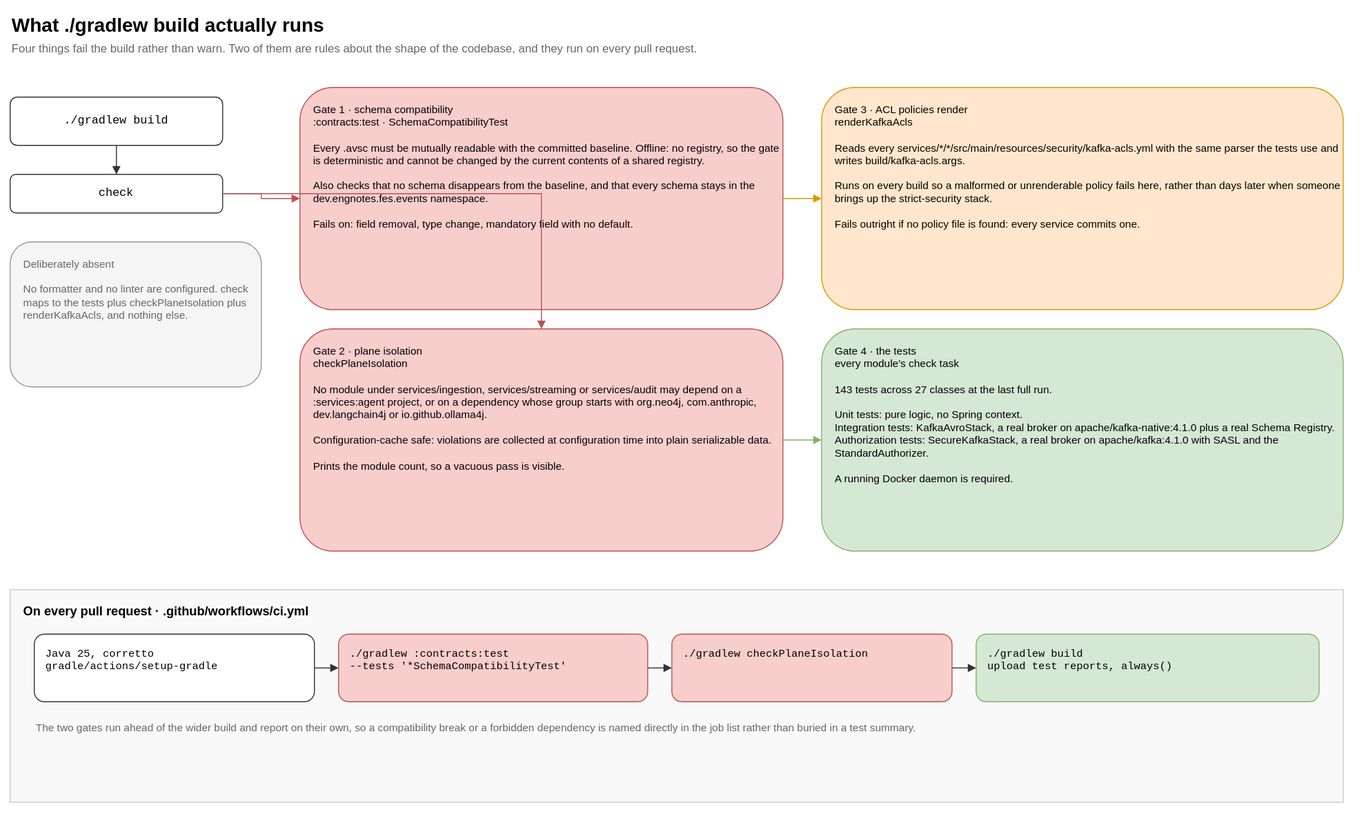
Before: guide/docs/diagrams/build-gates.svg, a diagram exported from draw.io (salgotraja/financial-event-streaming-platform). Source tidied: cells renumbered, new cells last; positions are measured from the earlier drawing's top-left corner, leaving out a move shared by most shapes.
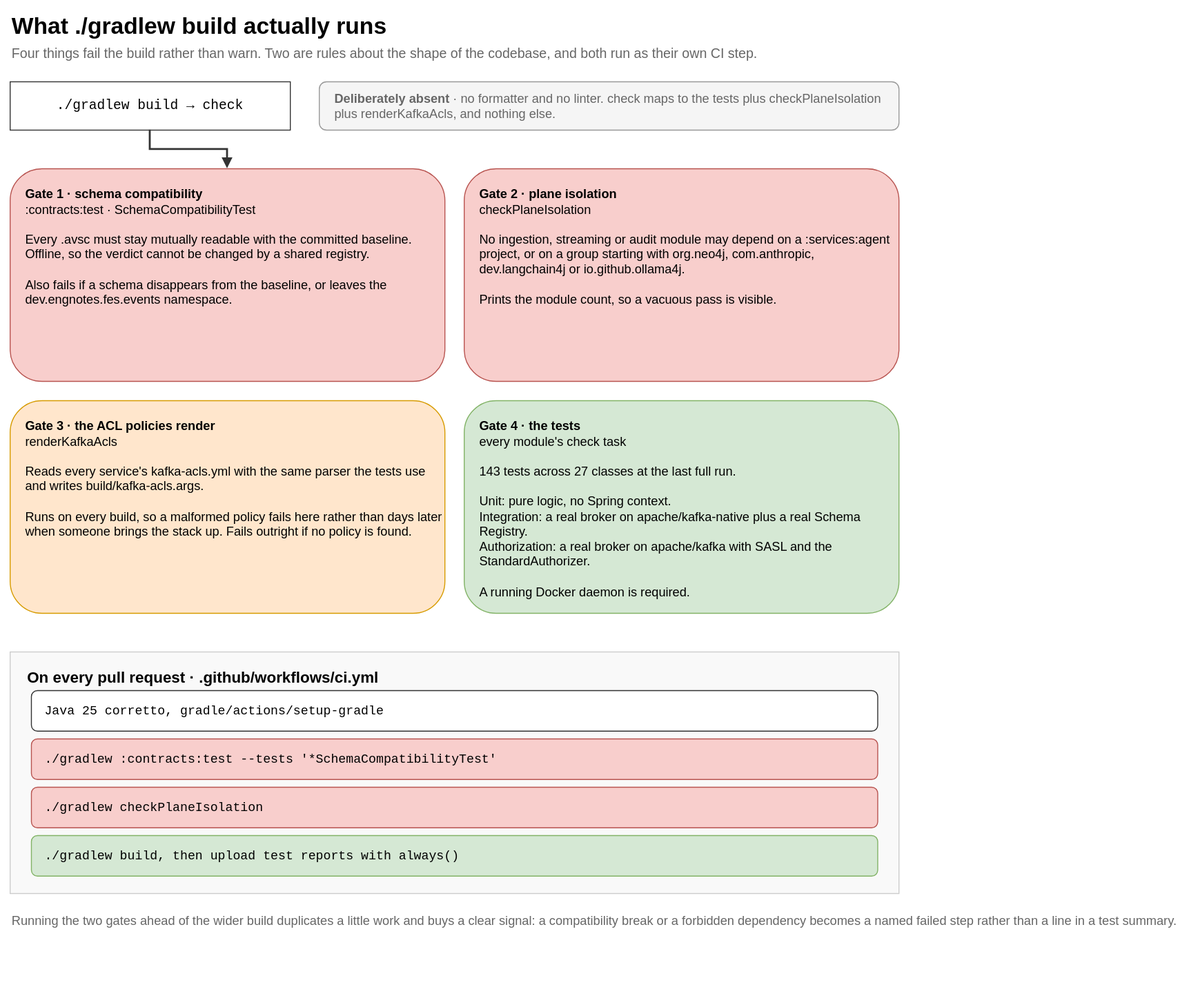
The same diagram one commit later.

The edit, as a diff of the source:
```diff
@@ -2,74 +2,50 @@
   <root>
     <mxCell id="0" />
     <mxCell id="1" parent="0" />
-    <mxCell id="2" value="What ./gradlew build actually runs" style="text;html=1;strokeColor=none;fillColor=none;align=left;verticalAlign=middle;fontSize=20;fontStyle=1;" parent="1" vertex="1">
-      <mxGeometry width="900" height="30" as="geometry" />
+    <mxCell id="2" value="What ./gradlew build actually runs" style="text;html=1;strokeColor=none;fillColor=none;align=left;verticalAlign=middle;fontSize=24;fontStyle=1;" parent="1" vertex="1">
+      <mxGeometry x="-10" y="2" width="920" height="34" as="geometry" />
     </mxCell>
-    <mxCell id="3" value="Four things fail the build rather than warn. Two of them are rules about the shape of the codebase, and they run on every pull request." style="text;html=1;strokeColor=none;fillColor=none;align=left;verticalAlign=middle;fontSize=12;fontColor=#666666;" parent="1" vertex="1">
-      <mxGeometry y="30" width="1300" height="20" as="geometry" />
+    <mxCell id="3" value="Four things fail the build rather than warn. Two are rules about the shape of the codebase, and both run as their own CI step." style="text;html=1;strokeColor=none;fillColor=none;align=left;verticalAlign=middle;fontSize=14;fontColor=#666666;" parent="1" vertex="1">
+      <mxGeometry x="-10" y="36" width="920" height="22" as="geometry" />
     </mxCell>
-    <mxCell id="4" value="./gradlew build" style="rounded=1;whiteSpace=wrap;html=1;fillColor=#ffffff;strokeColor=#333333;fontSize=12;fontFamily=Courier New;" parent="1" vertex="1">
-      <mxGeometry y="90" width="220" height="50" as="geometry" />
-    </mxCell>
-    <mxCell id="5" value="check" style="rounded=1;whiteSpace=wrap;html=1;fillColor=#ffffff;strokeColor=#333333;fontSize=12;fontFamily=Courier New;" parent="1" vertex="1">
-      <mxGeometry y="170" width="220" height="40" as="geometry" />
-    </mxCell>
-    <mxCell id="6" style="edgeStyle=orthogonalEdgeStyle;rounded=0;html=1;strokeColor=#333333;endArrow=block;" parent="1" edge="1" source="4" target="5">
-      <mxGeometry relative="1" as="geometry" />
-    </mxCell>
+    <mxCell id="25" value="./gradlew build → check" style="rounded=0;whiteSpace=wrap;html=1;fillColor=#ffffff;strokeColor=#333333;fontSize=14;fontFamily=Courier New;verticalAlign=middle;" parent="1" vertex="1">
+      <mxGeometry x="-10" y="76" width="290" height="50" as="geometry" />
+    </mxCell>
+    <mxCell id="24" value="&lt;b&gt;Deliberately absent&lt;/b&gt; · no formatter and no linter. check maps to the tests plus checkPlaneIsolation plus renderKafkaAcls, and nothing else." style="rounded=1;whiteSpace=wrap;html=1;fillColor=#f5f5f5;strokeColor=#999999;fontColor=#666666;fontSize=13;align=left;spacingLeft=14;verticalAlign=middle;" parent="1" vertex="1">
+      <mxGeometry x="310" y="76" width="600" height="50" as="geometry" />
+    </mxCell>
-    <mxCell id="7" value="Gate 1 · schema compatibility&#10;:contracts:test · SchemaCompatibilityTest&#10;&#10;Every .avsc must be mutually readable with the committed baseline. Offline: no registry, so the gate is deterministic and cannot be changed by the current contents of a shared registry.&#10;&#10;Also checks that no schema disappears from the baseline, and that every schema stays in the dev.engnotes.fes.events namespace.&#10;&#10;Fails on: field removal, type change, mandatory field with no default." style="rounded=1;whiteSpace=wrap;html=1;fillColor=#f8cecc;strokeColor=#b85450;fontSize=11;align=left;spacingLeft=12;verticalAlign=top;spacingTop=10;" parent="1" vertex="1">
-      <mxGeometry x="300" y="80" width="500" height="230" as="geometry" />
+    <mxCell id="7" value="&lt;b&gt;Gate 1 · schema compatibility&lt;/b&gt;&lt;br&gt;:contracts:test · SchemaCompatibilityTest&lt;br&gt;&lt;br&gt;Every .avsc must stay mutually readable with the committed baseline. Offline, so the verdict cannot be changed by a shared registry.&lt;br&gt;&lt;br&gt;Also fails if a schema disappears from the baseline, or leaves the dev.engnotes.fes.events namespace." style="rounded=1;whiteSpace=wrap;html=1;fillColor=#f8cecc;strokeColor=#b85450;fontSize=13;align=left;spacingLeft=14;verticalAlign=top;spacingTop=12;" parent="1" vertex="1">
+      <mxGeometry x="-10" y="166" width="450" height="220" as="geometry" />
     </mxCell>
-    <mxCell id="8" value="Gate 2 · plane isolation&#10;checkPlaneIsolation&#10;&#10;No module under services/ingestion, services/streaming or services/audit may depend on a :services:agent project, or on a dependency whose group starts with org.neo4j, com.anthropic, dev.langchain4j or io.github.ollama4j.&#10;&#10;Configuration-cache safe: violations are collected at configuration time into plain serializable data.&#10;&#10;Prints the module count, so a vacuous pass is visible." style="rounded=1;whiteSpace=wrap;html=1;fillColor=#f8cecc;strokeColor=#b85450;fontSize=11;align=left;spacingLeft=12;verticalAlign=top;spacingTop=10;" parent="1" vertex="1">
-      <mxGeometry x="300" y="330" width="500" height="230" as="geometry" />
+    <mxCell id="8" value="&lt;b&gt;Gate 2 · plane isolation&lt;/b&gt;&lt;br&gt;checkPlaneIsolation&lt;br&gt;&lt;br&gt;No ingestion, streaming or audit module may depend on a :services:agent project, or on a group starting with org.neo4j, com.anthropic, dev.langchain4j or io.github.ollama4j.&lt;br&gt;&lt;br&gt;Prints the module count, so a vacuous pass is visible." style="rounded=1;whiteSpace=wrap;html=1;fillColor=#f8cecc;strokeColor=#b85450;fontSize=13;align=left;spacingLeft=14;verticalAlign=top;spacingTop=12;" parent="1" vertex="1">
+      <mxGeometry x="460" y="166" width="450" height="220" as="geometry" />
     </mxCell>
-    <mxCell id="9" value="Gate 3 · ACL policies render&#10;renderKafkaAcls&#10;&#10;Reads every services/*/*/src/main/resources/security/kafka-acls.yml with the same parser the tests use and writes build/kafka-acls.args.&#10;&#10;Runs on every build so a malformed or unrenderable policy fails here, rather than days later when someone brings up the strict-security stack.&#10;&#10;Fails outright if no policy file is found: every service commits one." style="rounded=1;whiteSpace=wrap;html=1;fillColor=#ffe6cc;strokeColor=#d79b00;fontSize=11;align=left;spacingLeft=12;verticalAlign=top;spacingTop=10;" parent="1" vertex="1">
-      <mxGeometry x="840" y="80" width="540" height="230" as="geometry" />
+    <mxCell id="9" value="&lt;b&gt;Gate 3 · the ACL policies render&lt;/b&gt;&lt;br&gt;renderKafkaAcls&lt;br&gt;&lt;br&gt;Reads every service's kafka-acls.yml with the same parser the tests use and writes build/kafka-acls.args.&lt;br&gt;&lt;br&gt;Runs on every build, so a malformed policy fails here rather than days later when someone brings the stack up. Fails outright if no policy is found." style="rounded=1;whiteSpace=wrap;html=1;fillColor=#ffe6cc;strokeColor=#d79b00;fontSize=13;align=left;spacingLeft=14;verticalAlign=top;spacingTop=12;" parent="1" vertex="1">
+      <mxGeometry x="-10" y="406" width="450" height="220" as="geometry" />
     </mxCell>
-    <mxCell id="10" value="Gate 4 · the tests&#10;every module's check task&#10;&#10;143 tests across 27 classes at the last full run.&#10;&#10;Unit tests: pure logic, no Spring context.&#10;Integration tests: KafkaAvroStack, a real broker on apache/kafka-native:4.1.0 plus a real Schema Registry.&#10;Authorization tests: SecureKafkaStack, a real broker on apache/kafka:4.1.0 with SASL and the StandardAuthorizer.&#10;&#10;A running Docker daemon is required." style="rounded=1;whiteSpace=wrap;html=1;fillColor=#d5e8d4;strokeColor=#82b366;fontSize=11;align=left;spacingLeft=12;verticalAlign=top;spacingTop=10;" parent="1" vertex="1">
-      <mxGeometry x="840" y="330" width="540" height="230" as="geometry" />
+    <mxCell id="10" value="&lt;b&gt;Gate 4 · the tests&lt;/b&gt;&lt;br&gt;every module's check task&lt;br&gt;&lt;br&gt;143 tests across 27 classes at the last full run.&lt;br&gt;&lt;br&gt;Unit: pure logic, no Spring context.&lt;br&gt;Integration: a real broker on apache/kafka-native plus a real Schema Registry.&lt;br&gt;Authorization: a real broker on apache/kafka with SASL and the StandardAuthorizer.&lt;br&gt;&lt;br&gt;A running Docker daemon is required." style="rounded=1;whiteSpace=wrap;html=1;fillColor=#d5e8d4;strokeColor=#82b366;fontSize=13;align=left;spacingLeft=14;verticalAlign=top;spacingTop=12;" parent="1" vertex="1">
+      <mxGeometry x="460" y="406" width="450" height="220" as="geometry" />
     </mxCell>
-    <mxCell id="11" style="edgeStyle=orthogonalEdgeStyle;rounded=0;html=1;strokeColor=#b85450;endArrow=block;" parent="1" edge="1" source="5" target="7">
-      <mxGeometry relative="1" as="geometry" />
-    </mxCell>
-    <mxCell id="12" style="edgeStyle=orthogonalEdgeStyle;rounded=0;html=1;strokeColor=#b85450;endArrow=block;" parent="1" edge="1" source="5" target="8">
-      <mxGeometry relative="1" as="geometry" />
-    </mxCell>
-    <mxCell id="13" style="edgeStyle=orthogonalEdgeStyle;rounded=0;html=1;strokeColor=#d79b00;endArrow=block;" parent="1" edge="1" source="7" target="9">
-      <mxGeometry relative="1" as="geometry" />
-    </mxCell>
-    <mxCell id="14" style="edgeStyle=orthogonalEdgeStyle;rounded=0;html=1;strokeColor=#82b366;endArrow=block;" parent="1" edge="1" source="8" target="10">
-      <mxGeometry relative="1" as="geometry" />
-    </mxCell>
+    <mxCell id="26" style="edgeStyle=orthogonalEdgeStyle;rounded=0;html=1;strokeColor=#333333;endArrow=block;strokeWidth=2;" parent="1" edge="1" source="25" target="7">
+      <mxGeometry relative="1" as="geometry" />
+    </mxCell>
-    <mxCell id="15" value="On every pull request · .github/workflows/ci.yml" style="rounded=0;whiteSpace=wrap;html=1;fillColor=#f9f9f9;strokeColor=#cccccc;verticalAlign=top;align=left;spacingLeft=12;spacingTop=8;fontSize=13;fontStyle=1;" parent="1" vertex="1">
-      <mxGeometry y="600" width="1380" height="220" as="geometry" />
+    <mxCell id="15" value="On every pull request · .github/workflows/ci.yml" style="rounded=0;whiteSpace=wrap;html=1;fillColor=#f9f9f9;strokeColor=#cccccc;verticalAlign=top;align=left;spacingLeft=16;spacingTop=10;fontSize=16;fontStyle=1;" parent="1" vertex="1">
+      <mxGeometry x="-10" y="666" width="920" height="250" as="geometry" />
     </mxCell>
-    <mxCell id="16" value="Java 25, corretto&#10;gradle/actions/setup-gradle" style="rounded=1;whiteSpace=wrap;html=1;fillColor=#ffffff;strokeColor=#333333;fontSize=11;align=left;spacingLeft=10;verticalAlign=top;spacingTop=8;fontFamily=Courier New;" parent="1" vertex="1">
-      <mxGeometry x="25" y="646" width="290" height="70" as="geometry" />
+    <mxCell id="16" value="Java 25 corretto, gradle/actions/setup-gradle" style="rounded=1;whiteSpace=wrap;html=1;fillColor=#ffffff;strokeColor=#333333;fontSize=13;fontFamily=Courier New;align=left;spacingLeft=12;verticalAlign=middle;" parent="1" vertex="1">
+      <mxGeometry x="12" y="706" width="876" height="42" as="geometry" />
     </mxCell>
-    <mxCell id="17" value="./gradlew :contracts:test&#10;  --tests '*SchemaCompatibilityTest'" style="rounded=1;whiteSpace=wrap;html=1;fillColor=#f8cecc;strokeColor=#b85450;fontSize=11;align=left;spacingLeft=10;verticalAlign=top;spacingTop=8;fontFamily=Courier New;" parent="1" vertex="1">
-      <mxGeometry x="340" y="646" width="320" height="70" as="geometry" />
+    <mxCell id="17" value="./gradlew :contracts:test --tests '*SchemaCompatibilityTest'" style="rounded=1;whiteSpace=wrap;html=1;fillColor=#f8cecc;strokeColor=#b85450;fontSize=13;fontFamily=Courier New;align=left;spacingLeft=12;verticalAlign=middle;" parent="1" vertex="1">
+      <mxGeometry x="12" y="756" width="876" height="42" as="geometry" />
     </mxCell>
-    <mxCell id="18" value="./gradlew checkPlaneIsolation" style="rounded=1;whiteSpace=wrap;html=1;fillColor=#f8cecc;strokeColor=#b85450;fontSize=11;align=left;spacingLeft=10;verticalAlign=top;spacingTop=8;fontFamily=Courier New;" parent="1" vertex="1">
-      <mxGeometry x="685" y="646" width="290" height="70" as="geometry" />
+    <mxCell id="18" value="./gradlew checkPlaneIsolation" style="rounded=1;whiteSpace=wrap;html=1;fillColor=#f8cecc;strokeColor=#b85450;fontSize=13;fontFamily=Courier New;align=left;spacingLeft=12;verticalAlign=middle;" parent="1" vertex="1">
+      <mxGeometry x="12" y="806" width="876" height="42" as="geometry" />
     </mxCell>
-    <mxCell id="19" value="./gradlew build&#10;upload test reports, always()" style="rounded=1;whiteSpace=wrap;html=1;fillColor=#d5e8d4;strokeColor=#82b366;fontSize=11;align=left;spacingLeft=10;verticalAlign=top;spacingTop=8;fontFamily=Courier New;" parent="1" vertex="1">
-      <mxGeometry x="1000" y="646" width="355" height="70" as="geometry" />
+    <mxCell id="19" value="./gradlew build, then upload test reports with always()" style="rounded=1;whiteSpace=wrap;html=1;fillColor=#d5e8d4;strokeColor=#82b366;fontSize=13;fontFamily=Courier New;align=left;spacingLeft=12;verticalAlign=middle;" parent="1" vertex="1">
+      <mxGeometry x="12" y="856" width="876" height="42" as="geometry" />
     </mxCell>
-    <mxCell id="20" value="The two gates run ahead of the wider build and report on their own, so a compatibility break or a forbidden dependency is named directly in the job list rather than buried in a test summary." style="text;html=1;strokeColor=none;fillColor=none;align=left;verticalAlign=top;fontSize=11;fontColor=#666666;" parent="1" vertex="1">
-      <mxGeometry x="25" y="730" width="1330" height="40" as="geometry" />
+    <mxCell id="20" value="Running the two gates ahead of the wider build duplicates a little work and buys a clear signal: a compatibility break or a forbidden dependency becomes a named failed step rather than a line in a test summary." style="text;html=1;strokeColor=none;fillColor=none;align=left;verticalAlign=top;fontSize=13;fontColor=#666666;" parent="1" vertex="1">
+      <mxGeometry x="-10" y="930" width="920" height="60" as="geometry" />
     </mxCell>
-    <mxCell id="21" style="edgeStyle=orthogonalEdgeStyle;rounded=0;html=1;strokeColor=#333333;endArrow=block;" parent="1" edge="1" source="16" target="17">
-      <mxGeometry relative="1" as="geometry" />
-    </mxCell>
-    <mxCell id="22" style="edgeStyle=orthogonalEdgeStyle;rounded=0;html=1;strokeColor=#333333;endArrow=block;" parent="1" edge="1" source="17" target="18">
-      <mxGeometry relative="1" as="geometry" />
-    </mxCell>
-    <mxCell id="23" style="edgeStyle=orthogonalEdgeStyle;rounded=0;html=1;strokeColor=#333333;endArrow=block;" parent="1" edge="1" source="18" target="19">
-      <mxGeometry relative="1" as="geometry" />
-    </mxCell>
-    <mxCell id="24" value="Deliberately absent&#10;&#10;No formatter and no linter are configured. check maps to the tests plus checkPlaneIsolation plus renderKafkaAcls, and nothing else." style="rounded=1;whiteSpace=wrap;html=1;fillColor=#f5f5f5;strokeColor=#999999;fontColor=#666666;fontSize=11;align=left;spacingLeft=12;verticalAlign=top;spacingTop=10;" parent="1" vertex="1">
-      <mxGeometry y="240" width="260" height="150" as="geometry" />
-    </mxCell>
   </root>
 </mxGraphModel>
```
